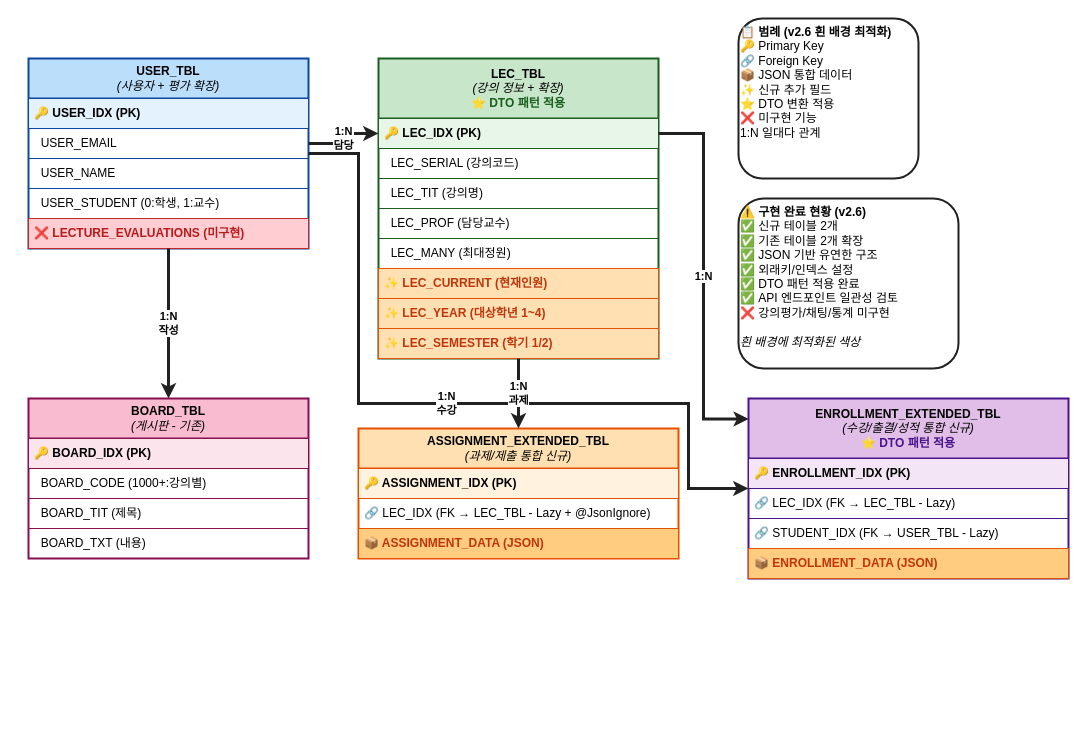
Above: backend/BlueCrab/docs/강의관련기능/ERD_Diagram.drawio in hooting76/blue-crab-lms (draw.io), before the change. Source tidied: cells renumbered, new cells numbered last; positions are measured from the earlier drawing's top-left corner, leaving out a move shared by most shapes. Both pictures are drawn from the tidied source at 100%, with x=0, y=0 at pixel (28, 18).
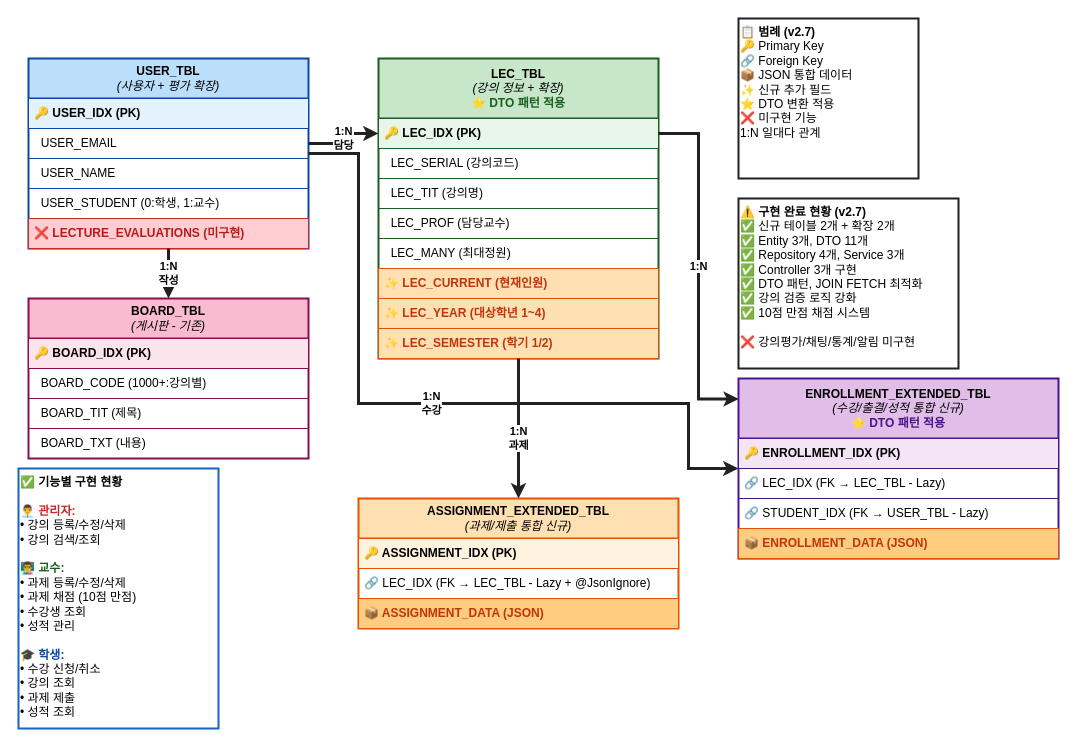
Above is the later version.

Commit message (it also covers changes not shown here):
다이어그램 업데이트.

Unchanged cells that the change refers to:
```xml
<mxCell id="2" value="&lt;b&gt;USER_TBL&lt;/b&gt;&lt;br&gt;&lt;i&gt;(사용자 + 평가 확장)&lt;/i&gt;" style="swimlane;fontStyle=0;horizontal=1;startSize=40;whiteSpace=wrap;html=1;fillColor=#BBDEFB;strokeColor=#0D47A1;strokeWidth=2;labelBackgroundColor=none;fontColor=#000000;" parent="1" vertex="1">
  <mxGeometry y="40" width="280" height="190" as="geometry" />
</mxCell>
<mxCell id="8" value="&lt;b&gt;LEC_TBL&lt;/b&gt;&lt;br&gt;&lt;i&gt;(강의 정보 + 확장)&lt;/i&gt;&lt;br&gt;&lt;span style=&quot;color:#1B5E20;font-weight:bold;&quot;&gt;⭐ DTO 패턴 적용&lt;/span&gt;" style="swimlane;fontStyle=0;horizontal=1;startSize=60;whiteSpace=wrap;html=1;fillColor=#C8E6C9;strokeColor=#1B5E20;strokeWidth=2;labelBackgroundColor=none;fontColor=#000000;" parent="1" vertex="1">
  <mxGeometry x="350" y="40" width="280" height="300" as="geometry" />
</mxCell>
```

What changed in the source:
```diff
@@
     <mxCell id="17" value="&lt;b&gt;ENROLLMENT_EXTENDED_TBL&lt;/b&gt;&lt;br&gt;&lt;i&gt;(수강/출결/성적 통합 신규)&lt;/i&gt;&lt;br&gt;&lt;span style=&quot;color:#4A148C;font-weight:bold;&quot;&gt;⭐ DTO 패턴 적용&lt;/span&gt;" style="swimlane;fontStyle=0;horizontal=1;startSize=60;whiteSpace=wrap;html=1;fillColor=#E1BEE7;strokeColor=#4A148C;strokeWidth=2;labelBackgroundColor=none;fontColor=#000000;" parent="1" vertex="1">
-      <mxGeometry x="720" y="380" width="320" height="180" as="geometry" />
+      <mxGeometry x="710" y="360" width="320" height="180" as="geometry" />
     </mxCell>
@@
     <mxCell id="22" value="&lt;b&gt;ASSIGNMENT_EXTENDED_TBL&lt;/b&gt;&lt;br&gt;&lt;i&gt;(과제/제출 통합 신규)&lt;/i&gt;" style="swimlane;fontStyle=0;horizontal=1;startSize=40;whiteSpace=wrap;html=1;fillColor=#FFE0B2;strokeColor=#E65100;strokeWidth=2;labelBackgroundColor=none;fontColor=#000000;" parent="1" vertex="1">
-      <mxGeometry x="330" y="410" width="320" height="130" as="geometry" />
+      <mxGeometry x="330" y="480" width="320" height="130" as="geometry" />
     </mxCell>
@@
     <mxCell id="26" value="&lt;b&gt;BOARD_TBL&lt;/b&gt;&lt;br&gt;&lt;i&gt;(게시판 - 기존)&lt;/i&gt;" style="swimlane;fontStyle=0;horizontal=1;startSize=40;whiteSpace=wrap;html=1;fillColor=#F8BBD0;strokeColor=#880E4F;strokeWidth=2;fontColor=#000000;labelBackgroundColor=none;" parent="1" vertex="1">
-      <mxGeometry y="380" width="280" height="160" as="geometry" />
+      <mxGeometry y="280" width="280" height="160" as="geometry" />
     </mxCell>
@@
     <mxCell id="32" value="1:N&lt;br&gt;수강" style="rounded=0;jettySize=auto;html=1;exitX=1;exitY=0.5;exitDx=0;exitDy=0;entryX=0;entryY=0.5;entryDx=0;entryDy=0;strokeWidth=3;strokeColor=light-dark(#212121,#FF8000);endArrow=classic;endFill=1;edgeStyle=orthogonalEdgeStyle;labelBackgroundColor=#FFFFFF;fontColor=#000000;fontStyle=1;" parent="1" edge="1" source="2" target="17">
       <mxGeometry relative="1" as="geometry">
         <Array as="points">
           <mxPoint x="330" y="135" />
           <mxPoint x="330" y="385" />
           <mxPoint x="660" y="385" />
-          <mxPoint x="660" y="470" />
+          <mxPoint x="660" y="450" />
         </Array>
       </mxGeometry>
     </mxCell>
@@
-    <mxCell id="34" value="1:N&lt;br&gt;과제" style="rounded=0;jettySize=auto;html=1;exitX=0.5;exitY=1;exitDx=0;exitDy=0;entryX=0.5;entryY=0;entryDx=0;entryDy=0;strokeWidth=3;strokeColor=light-dark(#212121,#FF8000);endArrow=classic;endFill=1;labelBackgroundColor=#FFFFFF;fontColor=#000000;fontStyle=1;" parent="1" edge="1" source="8" target="22">
-      <mxGeometry relative="1" as="geometry" />
+    <mxCell id="34" value="1:N&lt;br&gt;과제" style="rounded=0;jettySize=auto;html=1;exitX=0.5;exitY=1;exitDx=0;exitDy=0;entryX=0.5;entryY=0;entryDx=0;entryDy=0;strokeWidth=3;strokeColor=light-dark(#212121,#FF8000);endArrow=classic;endFill=1;labelBackgroundColor=#FFFFFF;fontColor=#000000;fontStyle=1;edgeStyle=orthogonalEdgeStyle;" parent="1" edge="1" source="8" target="22">
+      <mxGeometry x="0.14" relative="1" as="geometry" />
     </mxCell>
@@
-    <mxCell id="36" value="&lt;b&gt;📋 범례 (v2.6 흰 배경 최적화)&lt;/b&gt;&lt;br&gt;🔑 Primary Key&lt;br&gt;🔗 Foreign Key&lt;br&gt;📦 JSON 통합 데이터&lt;br&gt;✨ 신규 추가 필드&lt;br&gt;⭐ DTO 변환 적용&lt;br&gt;❌ 미구현 기능&lt;br&gt;1:N 일대다 관계" style="text;html=1;strokeColor=#212121;strokeWidth=2;fillColor=light-dark(#FFFFFF,#99FF33);align=left;verticalAlign=top;whiteSpace=wrap;rounded=1;fontColor=light-dark(#000000,#000000);labelBackgroundColor=none;" parent="1" vertex="1">
+    <mxCell id="36" value="&lt;b&gt;📋 범례 (v2.7)&lt;/b&gt;&lt;br&gt;🔑 Primary Key&lt;br&gt;🔗 Foreign Key&lt;br&gt;📦 JSON 통합 데이터&lt;br&gt;✨ 신규 추가 필드&lt;br&gt;⭐ DTO 변환 적용&lt;br&gt;❌ 미구현 기능&lt;br&gt;1:N 일대다 관계" style="text;html=1;strokeColor=#212121;strokeWidth=2;fillColor=light-dark(#FFFFFF,#99FF33);align=left;verticalAlign=top;whiteSpace=wrap;rounded=0;fontColor=light-dark(#000000,#000000);labelBackgroundColor=none;" parent="1" vertex="1">
       <mxGeometry x="710" width="180" height="160" as="geometry" />
     </mxCell>
-    <mxCell id="37" value="&lt;b&gt;⚠️ 구현 완료 현황 (v2.6)&lt;/b&gt;&lt;br&gt;✅ 신규 테이블 2개&lt;br&gt;✅ 기존 테이블 2개 확장&lt;br&gt;✅ JSON 기반 유연한 구조&lt;br&gt;✅ 외래키/인덱스 설정&lt;br&gt;✅ DTO 패턴 적용 완료&lt;br&gt;✅ API 엔드포인트 일관성 검토&lt;br&gt;❌ 강의평가/채팅/통계 미구현&lt;br&gt;&lt;br&gt;&lt;i&gt;흰 배경에 최적화된 색상&lt;/i&gt;" style="text;html=1;strokeColor=#212121;strokeWidth=2;fillColor=light-dark(#FFFFFF,#99FF33);align=left;verticalAlign=top;whiteSpace=wrap;rounded=1;labelBackgroundColor=none;fontColor=light-dark(#000000,#000000);" parent="1" vertex="1">
+    <mxCell id="37" value="&lt;b&gt;⚠️ 구현 완료 현황 (v2.7)&lt;/b&gt;&lt;br&gt;✅ 신규 테이블 2개 + 확장 2개&lt;br&gt;✅ Entity 3개, DTO 11개&lt;br&gt;✅ Repository 4개, Service 3개&lt;br&gt;✅ Controller 3개 구현&lt;br&gt;✅ DTO 패턴, JOIN FETCH 최적화&lt;br&gt;✅ 강의 검증 로직 강화&lt;br&gt;✅ 10점 만점 채점 시스템&lt;br&gt;&lt;br&gt;❌ 강의평가/채팅/통계/알림 미구현" style="text;html=1;strokeColor=#212121;strokeWidth=2;fillColor=light-dark(#FFFFFF,#99FF33);align=left;verticalAlign=top;whiteSpace=wrap;rounded=0;labelBackgroundColor=none;fontColor=light-dark(#000000,#000000);" parent="1" vertex="1">
       <mxGeometry x="710" y="180" width="220" height="170" as="geometry" />
     </mxCell>
+    <mxCell id="38" value="&lt;b&gt;✅ 기능별 구현 현황&lt;/b&gt;&lt;br&gt;&lt;br&gt;&lt;b style=&quot;color:#C62828;&quot;&gt;👨‍💼 관리자:&lt;/b&gt;&lt;br&gt;• 강의 등록/수정/삭제&lt;br&gt;• 강의 검색/조회&lt;br&gt;&lt;br&gt;&lt;b style=&quot;color:#1B5E20;&quot;&gt;👨‍🏫 교수:&lt;/b&gt;&lt;br&gt;• 과제 등록/수정/삭제&lt;br&gt;• 과제 채점 (10점 만점)&lt;br&gt;• 수강생 조회&lt;br&gt;• 성적 관리&lt;br&gt;&lt;br&gt;&lt;b style=&quot;color:#0D47A1;&quot;&gt;🎓 학생:&lt;/b&gt;&lt;br&gt;• 수강 신청/취소&lt;br&gt;• 강의 조회&lt;br&gt;• 과제 제출&lt;br&gt;• 성적 조회" style="text;html=1;strokeColor=#1565C0;strokeWidth=2;fillColor=light-dark(#FFFFFF,#99FF33);align=left;verticalAlign=top;whiteSpace=wrap;rounded=0;labelBackgroundColor=none;fontColor=light-dark(#000000,#000000);" parent="1" vertex="1">
+      <mxGeometry x="-10" y="450" width="200" height="260" as="geometry" />
+    </mxCell>
```
